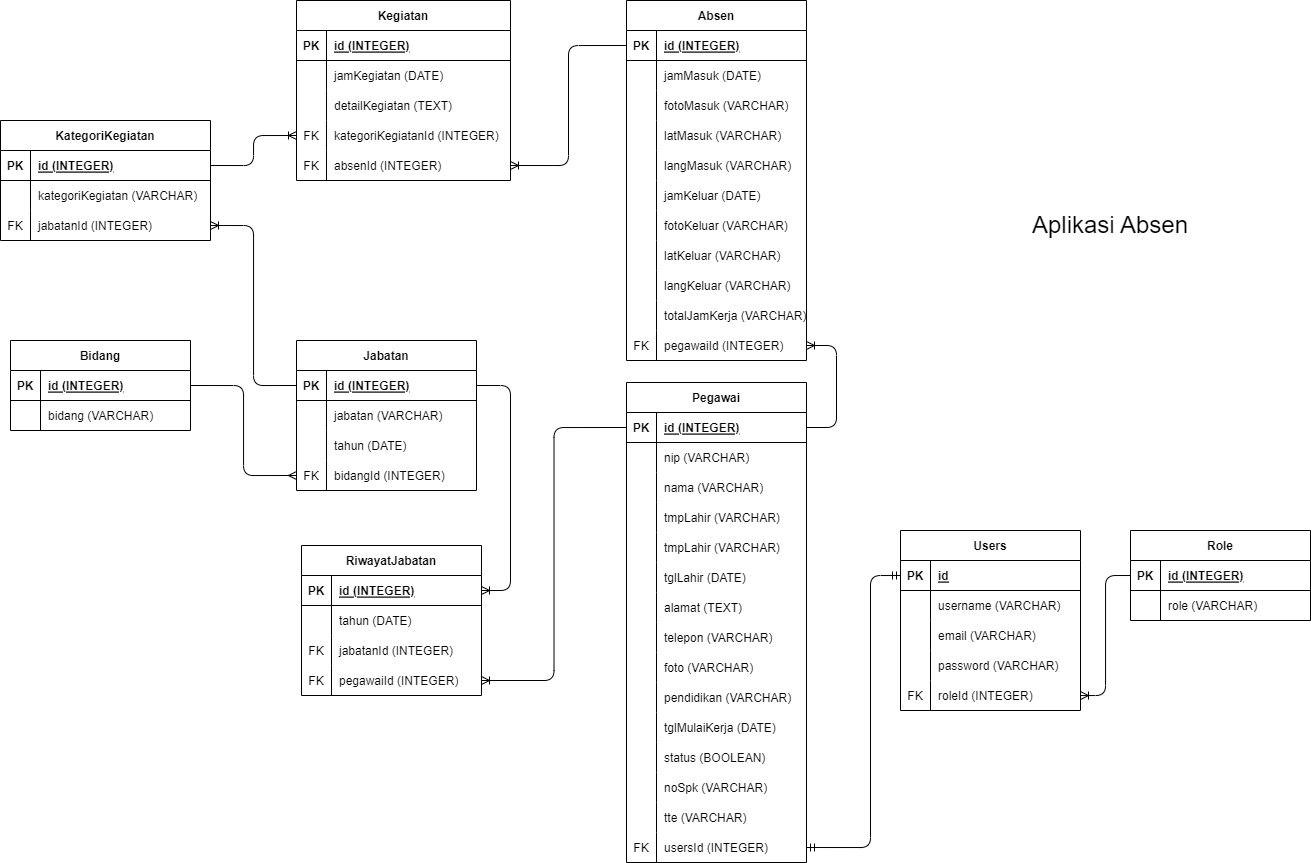
Aldiiiii/absensi-javasript keeps this draw.io diagram as erd.drawio.png. Above is the earlier version. Source tidied: cells renumbered, new cells last; positions are measured from the earlier drawing's top-left corner, leaving out a move shared by most shapes.
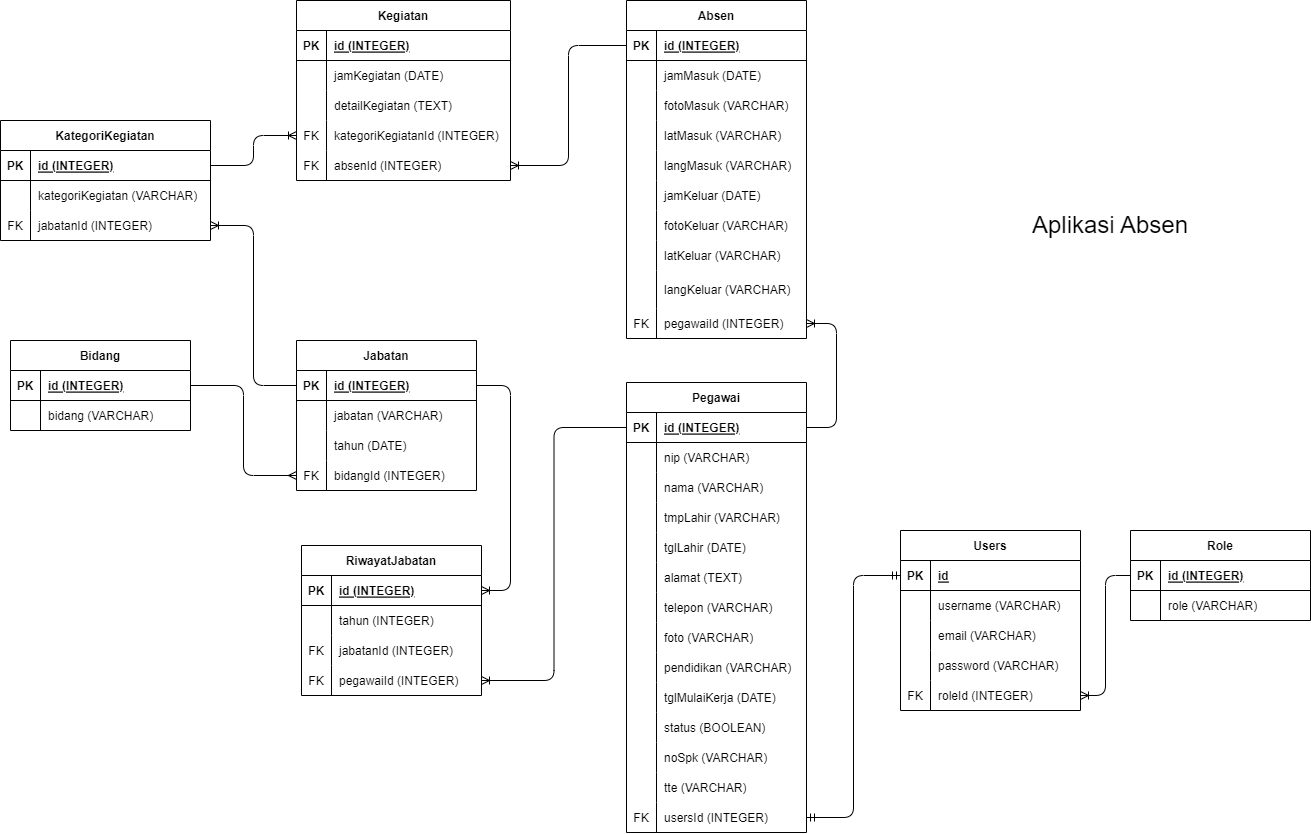
After the change.

The edit, as a diff of the source:
```diff
@@ -66,7 +66,7 @@
       <mxGeometry x="30" width="150" height="30" as="geometry" />
     </mxCell>
     <mxCell id="23" value="Pegawai" style="shape=table;startSize=30;rowLines=0;fontStyle=1;align=center;" parent="1" vertex="1">
-      <mxGeometry x="626" y="382" width="180" height="480" as="geometry" />
+      <mxGeometry x="626" y="382" width="180" height="450" as="geometry" />
     </mxCell>
     <mxCell id="24" style="shape=tableRow;horizontal=0;startSize=0;swimlaneHead=0;swimlaneBody=0;fillColor=none;points=[[0,0.5],[1,0.5]];portConstraint=eastwest;top=0;left=0;right=0;bottom=1;" parent="23" vertex="1">
       <mxGeometry y="30" width="180" height="30" as="geometry" />
@@ -104,17 +104,8 @@
     <mxCell id="35" value="tmpLahir (VARCHAR)" style="shape=partialRectangle;fillColor=none;top=0;left=0;bottom=0;right=0;align=left;spacingLeft=6;overflow=hidden;" parent="33" vertex="1">
       <mxGeometry x="30" width="150" height="30" as="geometry" />
     </mxCell>
-    <mxCell id="36" style="shape=tableRow;horizontal=0;startSize=0;swimlaneHead=0;swimlaneBody=0;fillColor=none;top=0;left=0;right=0;bottom=0;" parent="23" vertex="1">
-      <mxGeometry y="150" width="180" height="30" as="geometry" />
-    </mxCell>
-    <mxCell id="37" style="shape=partialRectangle;fillColor=none;top=0;left=0;bottom=0;right=0;overflow=hidden;" parent="36" vertex="1">
-      <mxGeometry width="30" height="30" as="geometry" />
-    </mxCell>
-    <mxCell id="38" value="tmpLahir (VARCHAR)" style="shape=partialRectangle;fillColor=none;top=0;left=0;bottom=0;right=0;align=left;spacingLeft=6;overflow=hidden;" parent="36" vertex="1">
-      <mxGeometry x="30" width="150" height="30" as="geometry" />
-    </mxCell>
     <mxCell id="39" style="shape=tableRow;horizontal=0;startSize=0;swimlaneHead=0;swimlaneBody=0;fillColor=none;top=0;left=0;right=0;bottom=0;" parent="23" vertex="1">
-      <mxGeometry y="180" width="180" height="30" as="geometry" />
+      <mxGeometry y="150" width="180" height="30" as="geometry" />
     </mxCell>
     <mxCell id="40" style="shape=partialRectangle;fillColor=none;top=0;left=0;bottom=0;right=0;overflow=hidden;" parent="39" vertex="1">
       <mxGeometry width="30" height="30" as="geometry" />
@@ -123,7 +114,7 @@
       <mxGeometry x="30" width="150" height="30" as="geometry" />
     </mxCell>
     <mxCell id="42" style="shape=tableRow;horizontal=0;startSize=0;swimlaneHead=0;swimlaneBody=0;fillColor=none;top=0;left=0;right=0;bottom=0;" parent="23" vertex="1">
-      <mxGeometry y="210" width="180" height="30" as="geometry" />
+      <mxGeometry y="180" width="180" height="30" as="geometry" />
     </mxCell>
     <mxCell id="43" style="shape=partialRectangle;fillColor=none;top=0;left=0;bottom=0;right=0;overflow=hidden;" parent="42" vertex="1">
       <mxGeometry width="30" height="30" as="geometry" />
@@ -132,7 +123,7 @@
       <mxGeometry x="30" width="150" height="30" as="geometry" />
     </mxCell>
     <mxCell id="45" style="shape=tableRow;horizontal=0;startSize=0;swimlaneHead=0;swimlaneBody=0;fillColor=none;top=0;left=0;right=0;bottom=0;" parent="23" vertex="1">
-      <mxGeometry y="240" width="180" height="30" as="geometry" />
+      <mxGeometry y="210" width="180" height="30" as="geometry" />
     </mxCell>
     <mxCell id="46" style="shape=partialRectangle;fillColor=none;top=0;left=0;bottom=0;right=0;overflow=hidden;" parent="45" vertex="1">
       <mxGeometry width="30" height="30" as="geometry" />
@@ -141,7 +132,7 @@
       <mxGeometry x="30" width="150" height="30" as="geometry" />
     </mxCell>
     <mxCell id="48" style="shape=tableRow;horizontal=0;startSize=0;swimlaneHead=0;swimlaneBody=0;fillColor=none;top=0;left=0;right=0;bottom=0;" parent="23" vertex="1">
-      <mxGeometry y="270" width="180" height="30" as="geometry" />
+      <mxGeometry y="240" width="180" height="30" as="geometry" />
     </mxCell>
     <mxCell id="49" style="shape=partialRectangle;fillColor=none;top=0;left=0;bottom=0;right=0;overflow=hidden;" parent="48" vertex="1">
       <mxGeometry width="30" height="30" as="geometry" />
@@ -150,7 +141,7 @@
       <mxGeometry x="30" width="150" height="30" as="geometry" />
     </mxCell>
     <mxCell id="51" style="shape=tableRow;horizontal=0;startSize=0;swimlaneHead=0;swimlaneBody=0;fillColor=none;top=0;left=0;right=0;bottom=0;" parent="23" vertex="1">
-      <mxGeometry y="300" width="180" height="30" as="geometry" />
+      <mxGeometry y="270" width="180" height="30" as="geometry" />
     </mxCell>
     <mxCell id="52" style="shape=partialRectangle;fillColor=none;top=0;left=0;bottom=0;right=0;overflow=hidden;" parent="51" vertex="1">
       <mxGeometry width="30" height="30" as="geometry" />
@@ -159,7 +150,7 @@
       <mxGeometry x="30" width="150" height="30" as="geometry" />
     </mxCell>
     <mxCell id="54" style="shape=tableRow;horizontal=0;startSize=0;swimlaneHead=0;swimlaneBody=0;fillColor=none;top=0;left=0;right=0;bottom=0;" parent="23" vertex="1">
-      <mxGeometry y="330" width="180" height="30" as="geometry" />
+      <mxGeometry y="300" width="180" height="30" as="geometry" />
     </mxCell>
     <mxCell id="55" style="shape=partialRectangle;fillColor=none;top=0;left=0;bottom=0;right=0;overflow=hidden;" parent="54" vertex="1">
       <mxGeometry width="30" height="30" as="geometry" />
@@ -168,7 +159,7 @@
       <mxGeometry x="30" width="150" height="30" as="geometry" />
     </mxCell>
     <mxCell id="57" style="shape=tableRow;horizontal=0;startSize=0;swimlaneHead=0;swimlaneBody=0;fillColor=none;top=0;left=0;right=0;bottom=0;" parent="23" vertex="1">
-      <mxGeometry y="360" width="180" height="30" as="geometry" />
+      <mxGeometry y="330" width="180" height="30" as="geometry" />
     </mxCell>
     <mxCell id="58" style="shape=partialRectangle;fillColor=none;top=0;left=0;bottom=0;right=0;overflow=hidden;" parent="57" vertex="1">
       <mxGeometry width="30" height="30" as="geometry" />
@@ -177,7 +168,7 @@
       <mxGeometry x="30" width="150" height="30" as="geometry" />
     </mxCell>
     <mxCell id="60" style="shape=tableRow;horizontal=0;startSize=0;swimlaneHead=0;swimlaneBody=0;fillColor=none;top=0;left=0;right=0;bottom=0;" parent="23" vertex="1">
-      <mxGeometry y="390" width="180" height="30" as="geometry" />
+      <mxGeometry y="360" width="180" height="30" as="geometry" />
     </mxCell>
     <mxCell id="61" style="shape=partialRectangle;fillColor=none;top=0;left=0;bottom=0;right=0;overflow=hidden;" parent="60" vertex="1">
       <mxGeometry width="30" height="30" as="geometry" />
@@ -186,7 +177,7 @@
       <mxGeometry x="30" width="150" height="30" as="geometry" />
     </mxCell>
     <mxCell id="63" style="shape=tableRow;horizontal=0;startSize=0;swimlaneHead=0;swimlaneBody=0;fillColor=none;top=0;left=0;right=0;bottom=0;" parent="23" vertex="1">
-      <mxGeometry y="420" width="180" height="30" as="geometry" />
+      <mxGeometry y="390" width="180" height="30" as="geometry" />
     </mxCell>
     <mxCell id="64" style="shape=partialRectangle;fillColor=none;top=0;left=0;bottom=0;right=0;overflow=hidden;" parent="63" vertex="1">
       <mxGeometry width="30" height="30" as="geometry" />
@@ -195,7 +186,7 @@
       <mxGeometry x="30" width="150" height="30" as="geometry" />
     </mxCell>
     <mxCell id="66" style="shape=tableRow;horizontal=0;startSize=0;swimlaneHead=0;swimlaneBody=0;fillColor=none;points=[[0,0.5],[1,0.5]];portConstraint=eastwest;top=0;left=0;right=0;bottom=0;" parent="23" vertex="1">
-      <mxGeometry y="450" width="180" height="30" as="geometry" />
+      <mxGeometry y="420" width="180" height="30" as="geometry" />
     </mxCell>
     <mxCell id="67" value="FK" style="shape=partialRectangle;fillColor=none;top=0;left=0;bottom=0;right=0;overflow=hidden;" parent="66" vertex="1">
       <mxGeometry width="30" height="30" as="geometry" />
@@ -224,7 +215,7 @@
     <mxCell id="75" style="shape=partialRectangle;fillColor=none;top=0;left=0;bottom=0;right=0;overflow=hidden;" parent="74" vertex="1">
       <mxGeometry width="30" height="30" as="geometry" />
     </mxCell>
-    <mxCell id="76" value="tahun (DATE)" style="shape=partialRectangle;fillColor=none;top=0;left=0;bottom=0;right=0;align=left;spacingLeft=6;overflow=hidden;" parent="74" vertex="1">
+    <mxCell id="76" value="tahun (INTEGER)" style="shape=partialRectangle;fillColor=none;top=0;left=0;bottom=0;right=0;align=left;spacingLeft=6;overflow=hidden;" parent="74" vertex="1">
       <mxGeometry x="30" width="150" height="30" as="geometry" />
     </mxCell>
     <mxCell id="77" style="shape=tableRow;horizontal=0;startSize=0;swimlaneHead=0;swimlaneBody=0;fillColor=none;top=0;left=0;right=0;bottom=0;" parent="70" vertex="1">
@@ -270,7 +261,7 @@
       <mxGeometry x="30" width="150" height="30" as="geometry" />
     </mxCell>
     <mxCell id="91" value="Absen" style="shape=table;startSize=30;rowLines=0;fontStyle=1;align=center;" parent="1" vertex="1">
-      <mxGeometry x="626" width="180" height="360" as="geometry" />
+      <mxGeometry x="626" width="180" height="338" as="geometry" />
     </mxCell>
     <mxCell id="92" style="shape=tableRow;horizontal=0;startSize=0;swimlaneHead=0;swimlaneBody=0;fillColor=none;points=[[0,0.5],[1,0.5]];portConstraint=eastwest;top=0;left=0;right=0;bottom=1;" parent="91" vertex="1">
       <mxGeometry y="30" width="180" height="30" as="geometry" />
@@ -345,25 +336,16 @@
       <mxGeometry x="30" width="150" height="30" as="geometry" />
     </mxCell>
     <mxCell id="116" style="shape=tableRow;horizontal=0;startSize=0;swimlaneHead=0;swimlaneBody=0;fillColor=none;top=0;left=0;right=0;bottom=0;" parent="91" vertex="1">
-      <mxGeometry y="270" width="180" height="30" as="geometry" />
+      <mxGeometry y="270" width="180" height="38" as="geometry" />
     </mxCell>
     <mxCell id="117" style="shape=partialRectangle;fillColor=none;top=0;left=0;bottom=0;right=0;overflow=hidden;" parent="116" vertex="1">
-      <mxGeometry width="30" height="30" as="geometry" />
+      <mxGeometry width="30" height="38" as="geometry" />
     </mxCell>
     <mxCell id="118" value="langKeluar (VARCHAR)" style="shape=partialRectangle;fillColor=none;top=0;left=0;bottom=0;right=0;align=left;spacingLeft=6;overflow=hidden;" parent="116" vertex="1">
-      <mxGeometry x="30" width="150" height="30" as="geometry" />
+      <mxGeometry x="30" width="150" height="38" as="geometry" />
     </mxCell>
-    <mxCell id="119" style="shape=tableRow;horizontal=0;startSize=0;swimlaneHead=0;swimlaneBody=0;fillColor=none;top=0;left=0;right=0;bottom=0;" parent="91" vertex="1">
-      <mxGeometry y="300" width="180" height="30" as="geometry" />
-    </mxCell>
-    <mxCell id="120" style="shape=partialRectangle;fillColor=none;top=0;left=0;bottom=0;right=0;overflow=hidden;" parent="119" vertex="1">
-      <mxGeometry width="30" height="30" as="geometry" />
-    </mxCell>
-    <mxCell id="121" value="totalJamKerja (VARCHAR)" style="shape=partialRectangle;fillColor=none;top=0;left=0;bottom=0;right=0;align=left;spacingLeft=6;overflow=hidden;" parent="119" vertex="1">
-      <mxGeometry x="30" width="150" height="30" as="geometry" />
-    </mxCell>
     <mxCell id="122" style="shape=tableRow;horizontal=0;startSize=0;swimlaneHead=0;swimlaneBody=0;fillColor=none;points=[[0,0.5],[1,0.5]];portConstraint=eastwest;top=0;left=0;right=0;bottom=0;" parent="91" vertex="1">
-      <mxGeometry y="330" width="180" height="30" as="geometry" />
+      <mxGeometry y="308" width="180" height="30" as="geometry" />
     </mxCell>
     <mxCell id="123" value="FK" style="shape=partialRectangle;fillColor=none;top=0;left=0;bottom=0;right=0;overflow=hidden;" parent="122" vertex="1">
       <mxGeometry width="30" height="30" as="geometry" />
@@ -434,12 +416,7 @@
       <mxGeometry relative="1" as="geometry" />
     </mxCell>
     <mxCell id="144" style="fontSize=12;html=1;endArrow=ERmandOne;startArrow=ERmandOne;exitX=1;exitY=0.5;exitDx=0;exitDy=0;entryX=0;entryY=0.5;entryDx=0;entryDy=0;edgeStyle=orthogonalEdgeStyle;" parent="1" edge="1" source="66" target="128">
-      <mxGeometry relative="1" as="geometry">
-        <Array as="points">
-          <mxPoint x="870" y="847" />
-          <mxPoint x="870" y="575" />
-        </Array>
-      </mxGeometry>
+      <mxGeometry relative="1" as="geometry" />
     </mxCell>
     <mxCell id="145" value="KategoriKegiatan" style="shape=table;startSize=30;rowLines=0;fontStyle=1;align=center;" parent="1" vertex="1">
       <mxGeometry y="120" width="210" height="120" as="geometry" />
```
